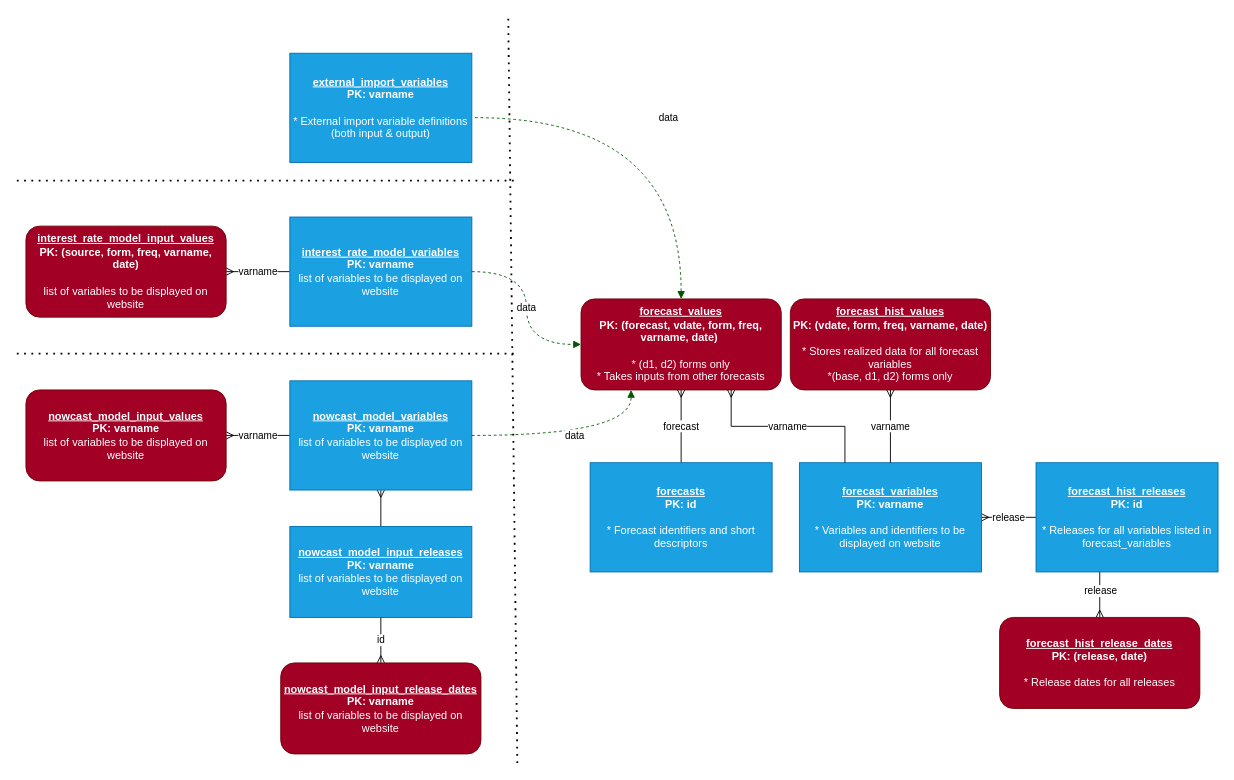
The draw.io diagram page "sql-structure" (2 of 2) of docs/model-flow.drawio in bongohead/econforecasting-r, before the edit. Source tidied: cells renumbered, new cells numbered last; positions are measured from the earlier drawing's top-left corner, leaving out a move shared by most shapes. Both pictures are drawn from the tidied source at 91%, with x=0, y=0 at pixel (16, 16).
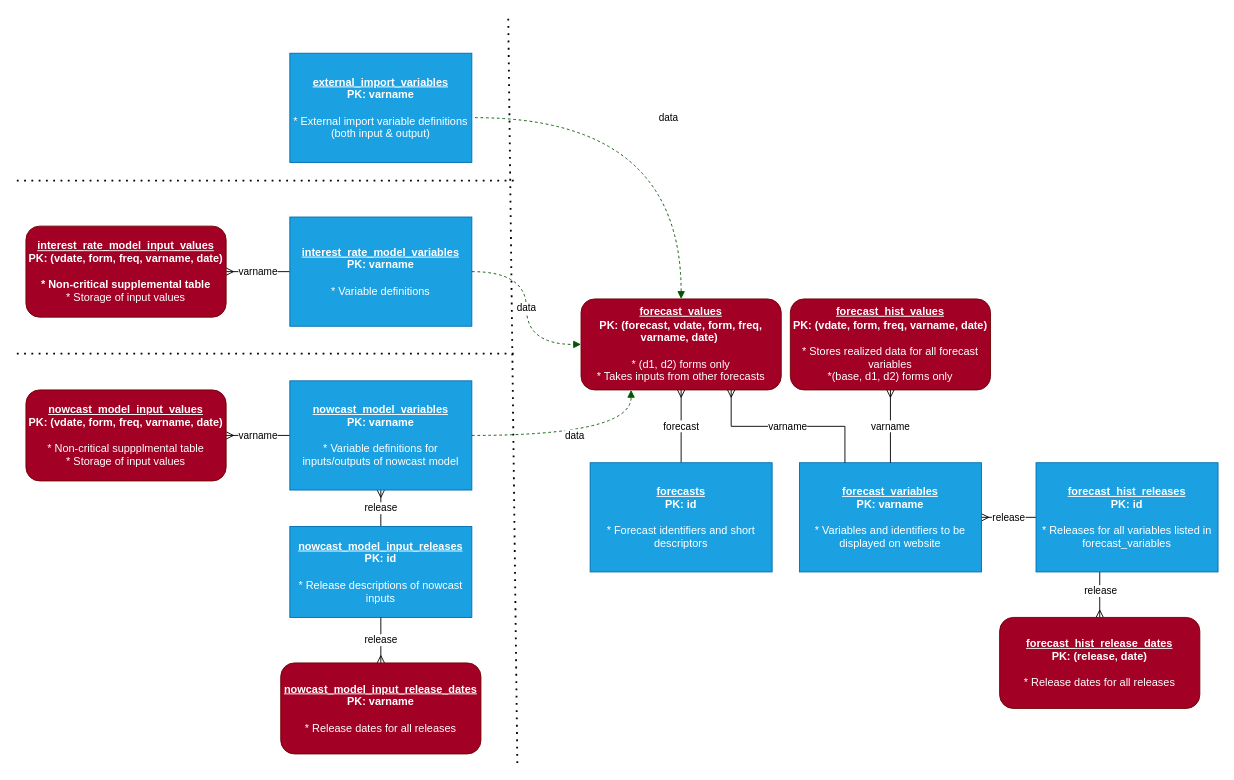
The same page after the edit.

Change to the diagram source:
```diff
@@
-    <mxCell id="11" value="&lt;u&gt;nowcast_model_input_values&lt;br&gt;&lt;/u&gt;PK: varname&lt;br&gt;&lt;div&gt;&lt;span style=&quot;font-weight: normal ; line-height: 1.2&quot;&gt;list of variables to be displayed on website&lt;/span&gt;&lt;/div&gt;" style="rounded=1;whiteSpace=wrap;html=1;fillColor=#a20025;strokeColor=#6F0000;glass=0;shadow=0;sketch=0;fontStyle=1;align=center;fontColor=#ffffff;" parent="1" vertex="1">
+    <mxCell id="11" value="&lt;u&gt;nowcast_model_input_values&lt;br&gt;&lt;/u&gt;PK: (vdate, form, freq, varname, date)&lt;br&gt;&lt;div&gt;&lt;br&gt;&lt;/div&gt;&lt;div&gt;&lt;span style=&quot;font-weight: 400&quot;&gt;* Non-critical suppplmental table&lt;/span&gt;&lt;/div&gt;&lt;div&gt;&lt;span style=&quot;font-weight: 400&quot;&gt;* Storage of input values&lt;/span&gt;&lt;/div&gt;" style="rounded=1;whiteSpace=wrap;html=1;fillColor=#a20025;strokeColor=#6F0000;glass=0;shadow=0;sketch=0;fontStyle=1;align=center;fontColor=#ffffff;" parent="1" vertex="1">
       <mxGeometry x="10" y="410" width="220" height="100" as="geometry" />
     </mxCell>
-    <mxCell id="12" style="edgeStyle=orthogonalEdgeStyle;rounded=0;jettySize=auto;html=1;startArrow=ERmany;startFill=0;endArrow=none;endFill=0;" parent="1" edge="1" source="13" target="14">
+    <mxCell id="12" value="release" style="edgeStyle=orthogonalEdgeStyle;rounded=0;jettySize=auto;html=1;startArrow=ERmany;startFill=0;endArrow=none;endFill=0;" parent="1" edge="1" source="13" target="14">
       <mxGeometry relative="1" as="geometry" />
     </mxCell>
-    <mxCell id="13" value="&lt;u&gt;nowcast_model_variables&lt;br&gt;&lt;/u&gt;PK: varname&lt;br&gt;&lt;div&gt;&lt;span style=&quot;font-weight: normal ; line-height: 1.2&quot;&gt;list of variables to be displayed on website&lt;/span&gt;&lt;/div&gt;" style="rounded=0;whiteSpace=wrap;html=1;fillColor=#1ba1e2;strokeColor=#006EAF;glass=0;shadow=0;sketch=0;fontStyle=1;align=center;fontColor=#ffffff;" parent="1" vertex="1">
+    <mxCell id="13" value="&lt;u&gt;nowcast_model_variables&lt;br&gt;&lt;/u&gt;PK: varname&lt;br&gt;&lt;div&gt;&lt;br&gt;&lt;/div&gt;&lt;div&gt;&lt;span style=&quot;font-weight: 400&quot;&gt;* Variable definitions for inputs/outputs of nowcast model&lt;/span&gt;&lt;/div&gt;" style="rounded=0;whiteSpace=wrap;html=1;fillColor=#1ba1e2;strokeColor=#006EAF;glass=0;shadow=0;sketch=0;fontStyle=1;align=center;fontColor=#ffffff;" parent="1" vertex="1">
       <mxGeometry x="300" y="400" width="200" height="120" as="geometry" />
     </mxCell>
-    <mxCell id="14" value="&lt;u&gt;nowcast_model_input_releases&lt;br&gt;&lt;/u&gt;PK: varname&lt;br&gt;&lt;div&gt;&lt;span style=&quot;font-weight: normal ; line-height: 1.2&quot;&gt;list of variables to be displayed on website&lt;/span&gt;&lt;/div&gt;" style="rounded=0;whiteSpace=wrap;html=1;fillColor=#1ba1e2;strokeColor=#006EAF;glass=0;shadow=0;sketch=0;fontStyle=1;align=center;fontColor=#ffffff;" parent="1" vertex="1">
+    <mxCell id="14" value="&lt;u&gt;nowcast_model_input_releases&lt;br&gt;&lt;/u&gt;PK: id&lt;br&gt;&lt;div&gt;&lt;br&gt;&lt;/div&gt;&lt;div&gt;&lt;span style=&quot;font-weight: 400&quot;&gt;* Release descriptions of nowcast inputs&lt;/span&gt;&lt;/div&gt;" style="rounded=0;whiteSpace=wrap;html=1;fillColor=#1ba1e2;strokeColor=#006EAF;glass=0;shadow=0;sketch=0;fontStyle=1;align=center;fontColor=#ffffff;" parent="1" vertex="1">
       <mxGeometry x="300" y="560" width="200" height="100" as="geometry" />
     </mxCell>
-    <mxCell id="15" value="id" style="edgeStyle=orthogonalEdgeStyle;rounded=0;jettySize=auto;html=1;entryX=0.5;entryY=1;entryDx=0;entryDy=0;startArrow=ERmany;startFill=0;endArrow=none;endFill=0;" parent="1" edge="1" source="16" target="14">
+    <mxCell id="15" value="release" style="edgeStyle=orthogonalEdgeStyle;rounded=0;jettySize=auto;html=1;entryX=0.5;entryY=1;entryDx=0;entryDy=0;startArrow=ERmany;startFill=0;endArrow=none;endFill=0;" parent="1" edge="1" source="16" target="14">
       <mxGeometry relative="1" as="geometry" />
     </mxCell>
-    <mxCell id="16" value="&lt;u&gt;nowcast_model_input_release_dates&lt;br&gt;&lt;/u&gt;PK: varname&lt;br&gt;&lt;div&gt;&lt;span style=&quot;font-weight: normal ; line-height: 1.2&quot;&gt;list of variables to be displayed on website&lt;/span&gt;&lt;/div&gt;" style="rounded=1;whiteSpace=wrap;html=1;fillColor=#a20025;strokeColor=#6F0000;glass=0;shadow=0;sketch=0;fontStyle=1;align=center;fontColor=#ffffff;" parent="1" vertex="1">
+    <mxCell id="16" value="&lt;u&gt;nowcast_model_input_release_dates&lt;br&gt;&lt;/u&gt;PK: varname&lt;br&gt;&lt;div&gt;&lt;br&gt;&lt;/div&gt;&lt;div&gt;&lt;span style=&quot;font-weight: 400&quot;&gt;* Release dates for all releases&lt;/span&gt;&lt;/div&gt;" style="rounded=1;whiteSpace=wrap;html=1;fillColor=#a20025;strokeColor=#6F0000;glass=0;shadow=0;sketch=0;fontStyle=1;align=center;fontColor=#ffffff;" parent="1" vertex="1">
       <mxGeometry x="290" y="710" width="220" height="100" as="geometry" />
     </mxCell>
@@
-    <mxCell id="18" value="&lt;u&gt;interest_rate_model_input_values&lt;br&gt;&lt;/u&gt;PK: (source, form, freq, varname, date)&lt;br&gt;&lt;br&gt;&lt;div&gt;&lt;span style=&quot;font-weight: normal ; line-height: 1.2&quot;&gt;list of variables to be displayed on website&lt;/span&gt;&lt;/div&gt;" style="rounded=1;whiteSpace=wrap;html=1;fillColor=#a20025;strokeColor=#6F0000;glass=0;shadow=0;sketch=0;fontStyle=1;align=center;fontColor=#ffffff;" parent="1" vertex="1">
+    <mxCell id="18" value="&lt;u&gt;interest_rate_model_input_values&lt;br&gt;&lt;/u&gt;PK: (vdate, form, freq, varname, date)&lt;br&gt;&lt;br&gt;* Non-critical supplemental table&lt;br&gt;&lt;div&gt;&lt;span style=&quot;font-weight: 400&quot;&gt;* Storage of input values&lt;/span&gt;&lt;/div&gt;" style="rounded=1;whiteSpace=wrap;html=1;fillColor=#a20025;strokeColor=#6F0000;glass=0;shadow=0;sketch=0;fontStyle=1;align=center;fontColor=#ffffff;" parent="1" vertex="1">
       <mxGeometry x="10" y="230" width="220" height="100" as="geometry" />
     </mxCell>
-    <mxCell id="19" value="&lt;u&gt;interest_rate_model_variables&lt;br&gt;&lt;/u&gt;PK: varname&lt;br&gt;&lt;div&gt;&lt;span style=&quot;font-weight: normal ; line-height: 1.2&quot;&gt;list of variables to be displayed on website&lt;/span&gt;&lt;/div&gt;" style="rounded=0;whiteSpace=wrap;html=1;fillColor=#1ba1e2;strokeColor=#006EAF;glass=0;shadow=0;sketch=0;fontStyle=1;align=center;fontColor=#ffffff;" parent="1" vertex="1">
+    <mxCell id="19" value="&lt;u&gt;interest_rate_model_variables&lt;br&gt;&lt;/u&gt;PK: varname&lt;br&gt;&lt;br&gt;&lt;div&gt;&lt;span style=&quot;font-weight: 400&quot;&gt;* Variable definitions&lt;/span&gt;&lt;/div&gt;" style="rounded=0;whiteSpace=wrap;html=1;fillColor=#1ba1e2;strokeColor=#006EAF;glass=0;shadow=0;sketch=0;fontStyle=1;align=center;fontColor=#ffffff;" parent="1" vertex="1">
       <mxGeometry x="300" y="220" width="200" height="120" as="geometry" />
     </mxCell>
```
